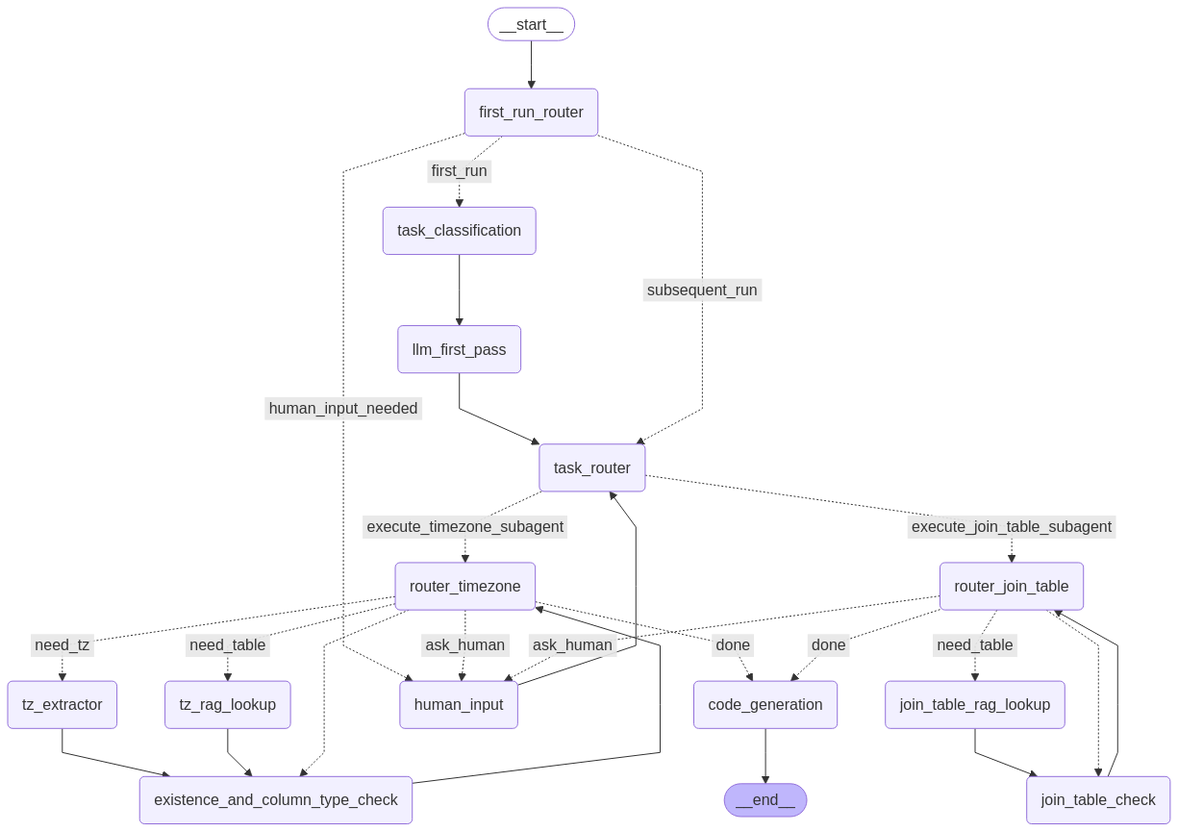
Above: workflow.png in MaximilianKnuth/GenAI_Nasdaq (Mermaid), before the change. Its source is kept beside it as workflow.mmd.
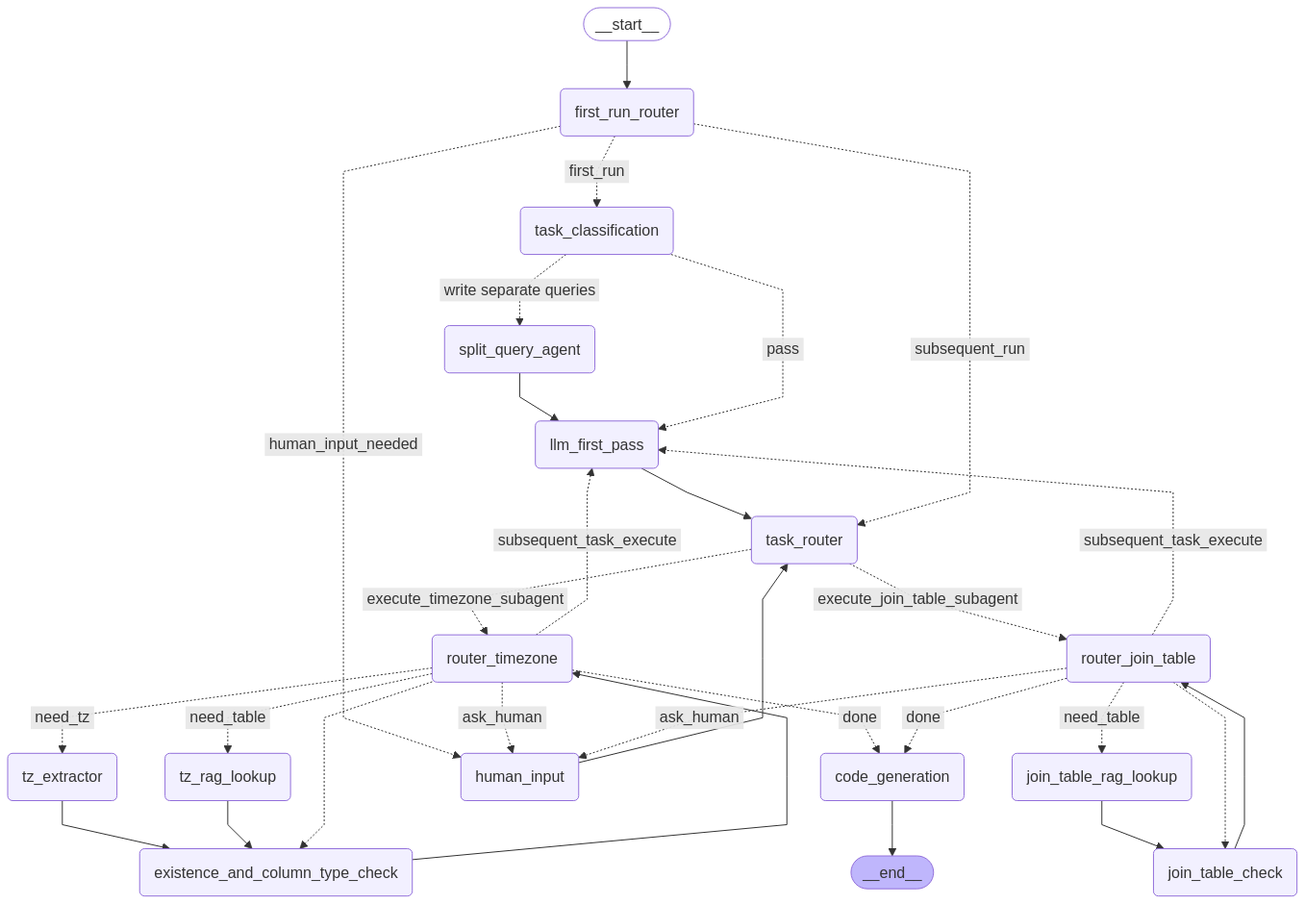
After the commit.

The edit, as a diff of the source:
```diff
@@ -8,6 +8,7 @@
 	first_run_router(first_run_router)
 	llm_first_pass(llm_first_pass)
 	task_classification(task_classification)
+	split_query_agent(split_query_agent)
 	task_router(task_router)
 	router_timezone(router_timezone)
 	router_join_table(router_join_table)
@@ -26,9 +27,11 @@
 	join_table_check --> router_join_table;
 	join_table_rag_lookup --> join_table_check;
 	llm_first_pass --> task_router;
-	task_classification --> llm_first_pass;
+	split_query_agent --> llm_first_pass;
 	tz_extractor --> existence_and_column_type_check;
 	tz_rag_lookup --> existence_and_column_type_check;
+	task_classification -. &nbsp;write separate queries&nbsp; .-> split_query_agent;
+	task_classification -. &nbsp;pass&nbsp; .-> llm_first_pass;
 	first_run_router -. &nbsp;first_run&nbsp; .-> task_classification;
 	first_run_router -. &nbsp;human_input_needed&nbsp; .-> human_input;
 	first_run_router -. &nbsp;subsequent_run&nbsp; .-> task_router;
@@ -38,10 +41,12 @@
 	router_timezone -. &nbsp;need_tz&nbsp; .-> tz_extractor;
 	router_timezone -. &nbsp;ask_human&nbsp; .-> human_input;
 	router_timezone -.-> existence_and_column_type_check;
+	router_timezone -. &nbsp;subsequent_task_execute&nbsp; .-> llm_first_pass;
 	router_timezone -. &nbsp;done&nbsp; .-> code_generation;
 	router_join_table -. &nbsp;need_table&nbsp; .-> join_table_rag_lookup;
 	router_join_table -. &nbsp;ask_human&nbsp; .-> human_input;
 	router_join_table -.-> join_table_check;
+	router_join_table -. &nbsp;subsequent_task_execute&nbsp; .-> llm_first_pass;
 	router_join_table -. &nbsp;done&nbsp; .-> code_generation;
 	classDef default fill:#f2f0ff,line-height:1.2
 	classDef first fill-opacity:0
```
